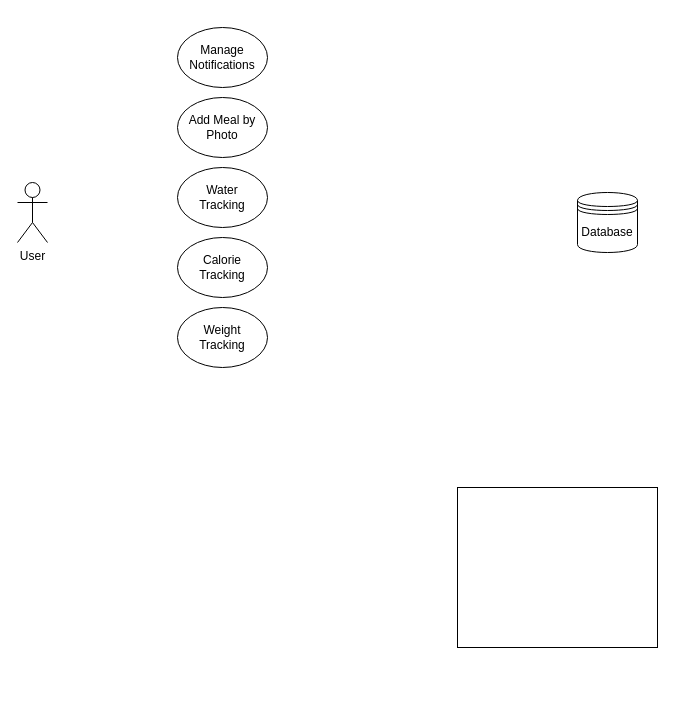
Above: UseCase.drawio in ImageProcessingBasedDietApp/ColabWorks (draw.io), before the change. Source tidied: cells renumbered, new cells numbered last; positions are measured from the earlier drawing's top-left corner, leaving out a move shared by most shapes. Both pictures are drawn from the tidied source at 100%, with x=0, y=0 at pixel (17, 27).
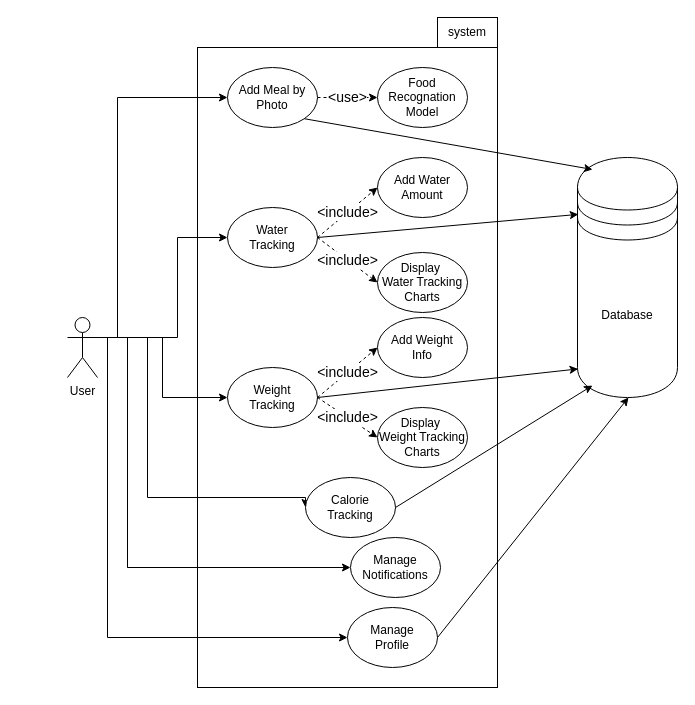
The same diagram, later.

The edit, as a diff of the source:
```diff
@@
+    <mxCell id="3" style="rounded=0;whiteSpace=wrap;html=1;" parent="1" vertex="1">
+      <mxGeometry x="180" y="20" width="300" height="640" as="geometry" />
+    </mxCell>
+    <mxCell id="10" style="edgeStyle=orthogonalEdgeStyle;rounded=0;jettySize=auto;html=1;exitX=1;exitY=0.3333333333333333;exitDx=0;exitDy=0;exitPerimeter=0;entryX=0;entryY=0.5;entryDx=0;entryDy=0;" parent="1" edge="1" source="2" target="5">
+      <mxGeometry relative="1" as="geometry">
+        <Array as="points">
+          <mxPoint x="100" y="310" />
+          <mxPoint x="100" y="70" />
+        </Array>
+      </mxGeometry>
+    </mxCell>
+    <mxCell id="11" style="edgeStyle=orthogonalEdgeStyle;rounded=0;jettySize=auto;html=1;exitX=1;exitY=0.3333333333333333;exitDx=0;exitDy=0;exitPerimeter=0;entryX=0;entryY=0.5;entryDx=0;entryDy=0;" parent="1" edge="1" source="2" target="7">
+      <mxGeometry relative="1" as="geometry">
+        <Array as="points">
+          <mxPoint x="160" y="310" />
+          <mxPoint x="160" y="210" />
+        </Array>
+      </mxGeometry>
+    </mxCell>
+    <mxCell id="12" style="edgeStyle=orthogonalEdgeStyle;rounded=0;jettySize=auto;html=1;exitX=1;exitY=0.3333333333333333;exitDx=0;exitDy=0;exitPerimeter=0;entryX=0;entryY=0.5;entryDx=0;entryDy=0;" parent="1" edge="1" source="2" target="9">
+      <mxGeometry relative="1" as="geometry" />
+    </mxCell>
+    <mxCell id="13" style="edgeStyle=orthogonalEdgeStyle;rounded=0;jettySize=auto;html=1;exitX=1;exitY=0.3333333333333333;exitDx=0;exitDy=0;exitPerimeter=0;entryX=0;entryY=0.5;entryDx=0;entryDy=0;" parent="1" edge="1" source="2" target="8">
+      <mxGeometry relative="1" as="geometry">
+        <Array as="points">
+          <mxPoint x="130" y="310" />
+          <mxPoint x="130" y="470" />
+        </Array>
+      </mxGeometry>
+    </mxCell>
+    <mxCell id="14" style="edgeStyle=orthogonalEdgeStyle;rounded=0;jettySize=auto;html=1;entryX=0;entryY=0.5;entryDx=0;entryDy=0;" parent="1" edge="1" target="6">
+      <mxGeometry relative="1" as="geometry">
+        <mxPoint x="110" y="540" as="sourcePoint" />
+        <Array as="points">
+          <mxPoint x="110" y="310" />
+          <mxPoint x="110" y="540" />
+        </Array>
+      </mxGeometry>
+    </mxCell>
+    <mxCell id="15" style="edgeStyle=orthogonalEdgeStyle;rounded=0;jettySize=auto;html=1;exitX=1;exitY=0.3333333333333333;exitDx=0;exitDy=0;exitPerimeter=0;entryX=0;entryY=0.5;entryDx=0;entryDy=0;" parent="1" edge="1" source="2" target="31">
+      <mxGeometry relative="1" as="geometry">
+        <Array as="points">
+          <mxPoint x="90" y="310" />
+          <mxPoint x="90" y="610" />
+        </Array>
+      </mxGeometry>
+    </mxCell>
     <mxCell id="2" value="User" style="shape=umlActor;verticalLabelPosition=bottom;verticalAlign=top;html=1;outlineConnect=0;" parent="1" vertex="1">
-      <mxGeometry y="155" width="30" height="60" as="geometry" />
+      <mxGeometry x="50" y="290" width="30" height="60" as="geometry" />
     </mxCell>
-    <mxCell id="3" style="rounded=0;whiteSpace=wrap;html=1;" parent="1" vertex="1">
-      <mxGeometry x="440" y="460" width="200" height="160" as="geometry" />
-    </mxCell>
     <mxCell id="4" value="Database" style="shape=datastore;whiteSpace=wrap;html=1;" parent="1" vertex="1">
-      <mxGeometry x="560" y="165" width="60" height="60" as="geometry" />
+      <mxGeometry x="560" y="130" width="100" height="240" as="geometry" />
     </mxCell>
     <mxCell id="5" value="Add Meal by Photo" style="ellipse;whiteSpace=wrap;html=1;" parent="1" vertex="1">
-      <mxGeometry x="160" y="70" width="90" height="60" as="geometry" />
+      <mxGeometry x="210" y="40" width="90" height="60" as="geometry" />
     </mxCell>
     <mxCell id="6" value="Manage Notifications" style="ellipse;whiteSpace=wrap;html=1;" parent="1" vertex="1">
-      <mxGeometry x="160" width="90" height="60" as="geometry" />
+      <mxGeometry x="333" y="510" width="90" height="60" as="geometry" />
     </mxCell>
     <mxCell id="7" value="Water &lt;br&gt;Tracking" style="ellipse;whiteSpace=wrap;html=1;" parent="1" vertex="1">
-      <mxGeometry x="160" y="140" width="90" height="60" as="geometry" />
+      <mxGeometry x="210" y="180" width="90" height="60" as="geometry" />
     </mxCell>
     <mxCell id="8" value="Calorie &lt;br&gt;Tracking" style="ellipse;whiteSpace=wrap;html=1;" parent="1" vertex="1">
-      <mxGeometry x="160" y="210" width="90" height="60" as="geometry" />
+      <mxGeometry x="288" y="450" width="90" height="60" as="geometry" />
     </mxCell>
     <mxCell id="9" value="Weight &lt;br&gt;Tracking" style="ellipse;whiteSpace=wrap;html=1;" parent="1" vertex="1">
-      <mxGeometry x="160" y="280" width="90" height="60" as="geometry" />
+      <mxGeometry x="210" y="340" width="90" height="60" as="geometry" />
     </mxCell>
+    <mxCell id="16" value="&amp;lt;use&amp;gt;" style="html=1;labelBackgroundColor=#ffffff;startArrow=none;startFill=0;startSize=6;endArrow=classic;endFill=1;endSize=6;jettySize=auto;strokeWidth=1;dashed=1;fontSize=14;exitX=1;exitY=0.5;exitDx=0;exitDy=0;entryX=0;entryY=0.5;entryDx=0;entryDy=0;" parent="1" edge="1" source="5" target="17">
+      <mxGeometry relative="1" as="geometry" />
+    </mxCell>
+    <mxCell id="17" value="Food Recognation Model" style="ellipse;whiteSpace=wrap;html=1;" parent="1" vertex="1">
+      <mxGeometry x="360" y="40" width="90" height="60" as="geometry" />
+    </mxCell>
+    <mxCell id="18" value="Add Water Amount" style="ellipse;whiteSpace=wrap;html=1;" parent="1" vertex="1">
+      <mxGeometry x="360" y="130" width="90" height="60" as="geometry" />
+    </mxCell>
+    <mxCell id="19" value="&amp;lt;include&amp;gt;" style="html=1;labelBackgroundColor=#ffffff;startArrow=none;startFill=0;startSize=6;endArrow=classic;endFill=1;endSize=6;jettySize=auto;strokeWidth=1;dashed=1;fontSize=14;exitX=1;exitY=0.5;exitDx=0;exitDy=0;entryX=0;entryY=0.5;entryDx=0;entryDy=0;" parent="1" edge="1" source="7" target="18">
+      <mxGeometry relative="1" as="geometry" />
+    </mxCell>
+    <mxCell id="20" value="Display&amp;nbsp;&lt;br&gt;Water Tracking&lt;br&gt;Charts" style="ellipse;whiteSpace=wrap;html=1;" parent="1" vertex="1">
+      <mxGeometry x="360" y="225" width="90" height="60" as="geometry" />
+    </mxCell>
+    <mxCell id="21" value="&amp;lt;include&amp;gt;" style="html=1;labelBackgroundColor=#ffffff;startArrow=none;startFill=0;startSize=6;endArrow=classic;endFill=1;endSize=6;jettySize=auto;strokeWidth=1;dashed=1;fontSize=14;exitX=1;exitY=0.5;exitDx=0;exitDy=0;entryX=0;entryY=0.5;entryDx=0;entryDy=0;" parent="1" edge="1" source="7" target="20">
+      <mxGeometry relative="1" as="geometry" />
+    </mxCell>
+    <mxCell id="22" value="Add Weight&lt;br&gt;Info" style="ellipse;whiteSpace=wrap;html=1;" parent="1" vertex="1">
+      <mxGeometry x="360" y="290" width="90" height="60" as="geometry" />
+    </mxCell>
+    <mxCell id="23" value="&amp;lt;include&amp;gt;" style="html=1;labelBackgroundColor=#ffffff;startArrow=none;startFill=0;startSize=6;endArrow=classic;endFill=1;endSize=6;jettySize=auto;strokeWidth=1;dashed=1;fontSize=14;entryX=0;entryY=0.5;entryDx=0;entryDy=0;exitX=1;exitY=0.5;exitDx=0;exitDy=0;" parent="1" edge="1" source="9" target="22">
+      <mxGeometry relative="1" as="geometry" />
+    </mxCell>
+    <mxCell id="24" value="Display&amp;nbsp;&lt;br&gt;Weight Tracking&lt;br&gt;Charts" style="ellipse;whiteSpace=wrap;html=1;" parent="1" vertex="1">
+      <mxGeometry x="360" y="380" width="90" height="60" as="geometry" />
+    </mxCell>
+    <mxCell id="25" value="&amp;lt;include&amp;gt;" style="html=1;labelBackgroundColor=#ffffff;startArrow=none;startFill=0;startSize=6;endArrow=classic;endFill=1;endSize=6;jettySize=auto;strokeWidth=1;dashed=1;fontSize=14;exitX=1;exitY=0.5;exitDx=0;exitDy=0;entryX=0;entryY=0.5;entryDx=0;entryDy=0;" parent="1" edge="1" source="9" target="24">
+      <mxGeometry relative="1" as="geometry" />
+    </mxCell>
+    <mxCell id="26" style="html=1;labelBackgroundColor=#ffffff;endArrow=classic;endFill=1;endSize=6;jettySize=auto;strokeWidth=1;fontSize=14;exitX=1;exitY=1;exitDx=0;exitDy=0;entryX=0.15;entryY=0.05;entryDx=0;entryDy=0;entryPerimeter=0;" parent="1" edge="1" source="5" target="4">
+      <mxGeometry relative="1" as="geometry" />
+    </mxCell>
+    <mxCell id="27" style="html=1;labelBackgroundColor=#ffffff;endArrow=classic;endFill=1;endSize=6;jettySize=auto;strokeWidth=1;fontSize=14;exitX=1;exitY=0.5;exitDx=0;exitDy=0;entryX=0.008;entryY=0.237;entryDx=0;entryDy=0;entryPerimeter=0;" parent="1" edge="1" source="7" target="4">
+      <mxGeometry relative="1" as="geometry" />
+    </mxCell>
+    <mxCell id="28" style="html=1;labelBackgroundColor=#ffffff;endArrow=classic;endFill=1;endSize=6;jettySize=auto;strokeWidth=1;fontSize=14;exitX=1;exitY=0.5;exitDx=0;exitDy=0;entryX=0.006;entryY=0.881;entryDx=0;entryDy=0;entryPerimeter=0;" parent="1" edge="1" source="9" target="4">
+      <mxGeometry relative="1" as="geometry" />
+    </mxCell>
+    <mxCell id="29" style="html=1;labelBackgroundColor=#ffffff;endArrow=classic;endFill=1;endSize=6;jettySize=auto;strokeWidth=1;fontSize=14;exitX=1;exitY=0.5;exitDx=0;exitDy=0;entryX=0.15;entryY=0.95;entryDx=0;entryDy=0;entryPerimeter=0;" parent="1" edge="1" source="8" target="4">
+      <mxGeometry relative="1" as="geometry" />
+    </mxCell>
+    <mxCell id="30" value="system" style="rounded=0;whiteSpace=wrap;html=1;" parent="1" vertex="1">
+      <mxGeometry x="420" y="-10" width="60" height="30" as="geometry" />
+    </mxCell>
+    <mxCell id="31" value="Manage &lt;br&gt;Profile" style="ellipse;whiteSpace=wrap;html=1;" parent="1" vertex="1">
+      <mxGeometry x="330" y="580" width="90" height="60" as="geometry" />
+    </mxCell>
+    <mxCell id="32" style="endArrow=classic;html=1;exitX=1;exitY=0.5;exitDx=0;exitDy=0;" parent="1" edge="1" source="31">
+      <mxGeometry relative="1" as="geometry">
+        <mxPoint x="611" y="370" as="targetPoint" />
+      </mxGeometry>
+    </mxCell>
```
